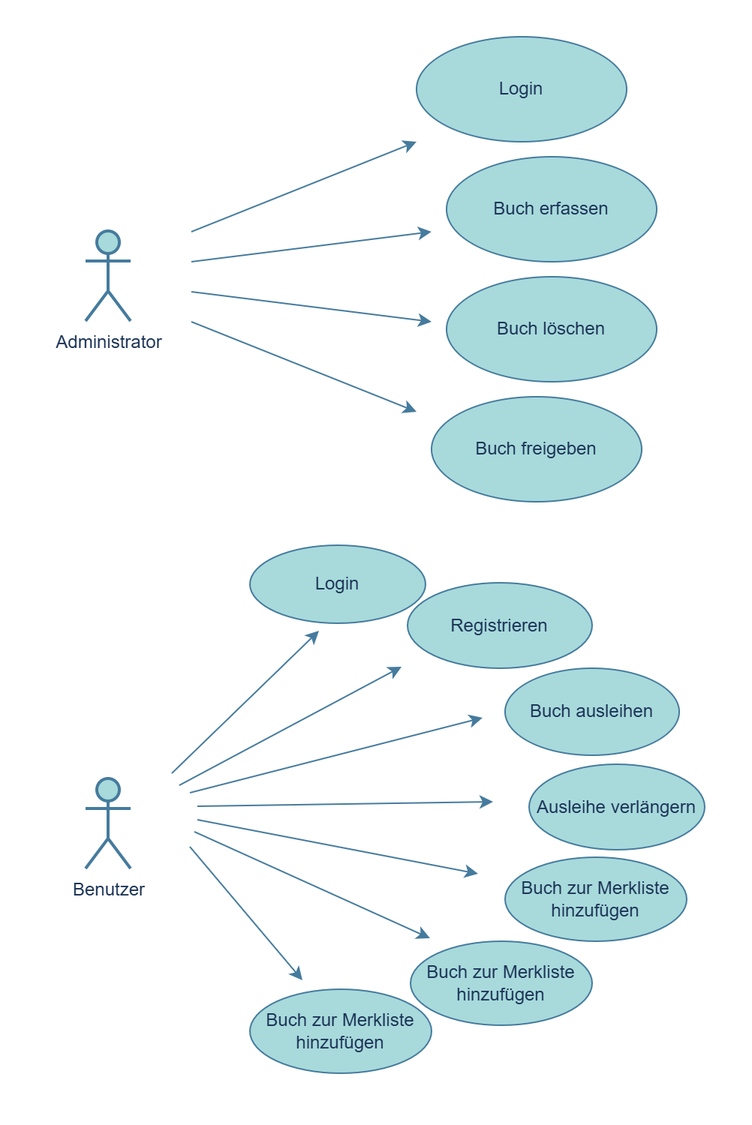
Senaa05/Objektorientiertes-Programmieren keeps this draw.io diagram as Diagramm/BibliothekUseCasesDiagramm.png. Above is the earlier version. Source tidied: cells renumbered, new cells last; positions are measured from the earlier drawing's top-left corner, leaving out a move shared by most shapes.
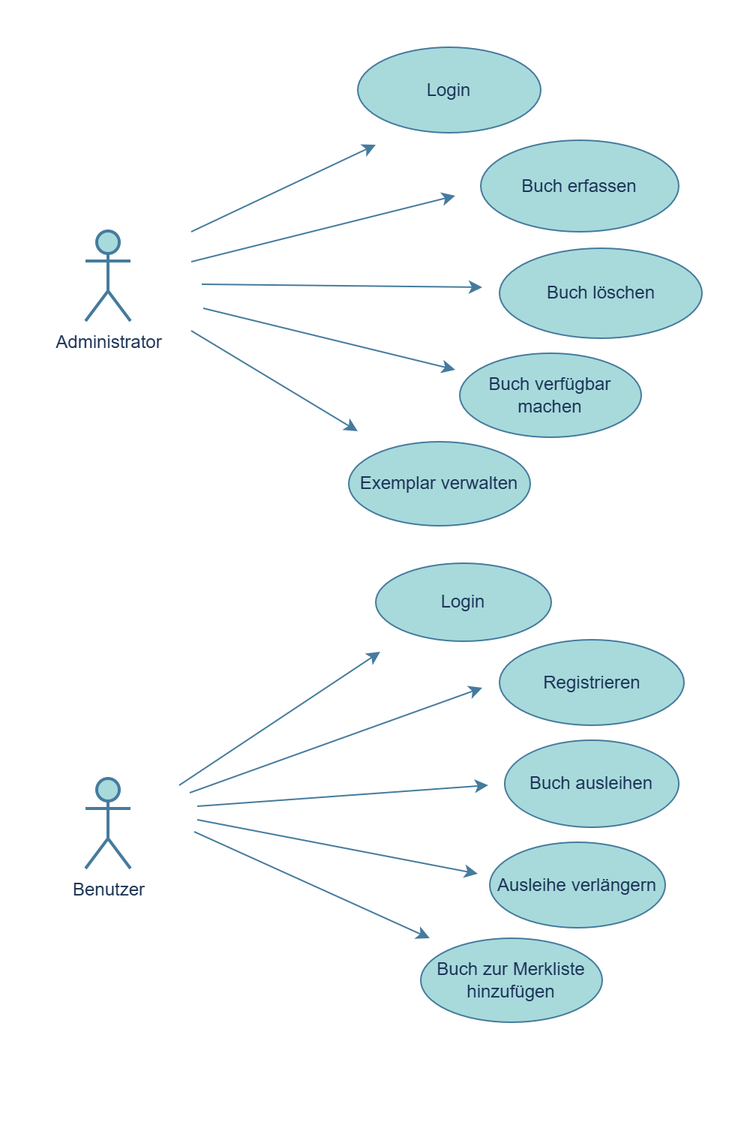
Later version of the same file.

Commit message:
Korrektur UserCaseDiagramm

The edit, as a diff of the source:
```diff
@@ -11,77 +11,68 @@
     <mxCell id="4" style="endArrow=classic;html=1;rounded=0;strokeColor=#457B9D;fontColor=#1D3557;fillColor=#A8DADC;" parent="1" edge="1">
       <mxGeometry relative="1" as="geometry">
         <mxPoint x="70" y="130" as="sourcePoint" />
-        <mxPoint x="220" y="70" as="targetPoint" />
+        <mxPoint x="193" y="72" as="targetPoint" />
       </mxGeometry>
     </mxCell>
     <mxCell id="5" value="Login" style="ellipse;whiteSpace=wrap;html=1;strokeColor=#457B9D;fontColor=#1D3557;fillColor=#A8DADC;" parent="1" vertex="1">
-      <mxGeometry x="220" width="140" height="70" as="geometry" />
+      <mxGeometry x="181" y="7" width="122" height="57" as="geometry" />
     </mxCell>
     <mxCell id="6" style="endArrow=classic;html=1;rounded=0;strokeColor=#457B9D;fontColor=#1D3557;fillColor=#A8DADC;" parent="1" edge="1">
       <mxGeometry relative="1" as="geometry">
         <mxPoint x="70" y="150" as="sourcePoint" />
-        <mxPoint x="230" y="130" as="targetPoint" />
+        <mxPoint x="246" y="106" as="targetPoint" />
       </mxGeometry>
     </mxCell>
     <mxCell id="7" value="Buch erfassen" style="ellipse;whiteSpace=wrap;html=1;strokeColor=#457B9D;fontColor=#1D3557;fillColor=#A8DADC;" parent="1" vertex="1">
-      <mxGeometry x="240" y="80" width="140" height="70" as="geometry" />
+      <mxGeometry x="263" y="69" width="132" height="61" as="geometry" />
     </mxCell>
     <mxCell id="8" style="endArrow=classic;html=1;rounded=0;strokeColor=#457B9D;fontColor=#1D3557;fillColor=#A8DADC;" parent="1" edge="1">
       <mxGeometry relative="1" as="geometry">
-        <mxPoint x="70" y="170" as="sourcePoint" />
-        <mxPoint x="230" y="190" as="targetPoint" />
+        <mxPoint x="77" y="165" as="sourcePoint" />
+        <mxPoint x="264" y="167" as="targetPoint" />
       </mxGeometry>
     </mxCell>
     <mxCell id="9" value="Buch löschen" style="ellipse;whiteSpace=wrap;html=1;strokeColor=#457B9D;fontColor=#1D3557;fillColor=#A8DADC;" parent="1" vertex="1">
-      <mxGeometry x="240" y="160" width="140" height="70" as="geometry" />
+      <mxGeometry x="275.5" y="141" width="135" height="60" as="geometry" />
     </mxCell>
     <mxCell id="10" style="endArrow=classic;html=1;rounded=0;strokeColor=#457B9D;fontColor=#1D3557;fillColor=#A8DADC;" parent="1" edge="1">
       <mxGeometry relative="1" as="geometry">
-        <mxPoint x="70" y="190" as="sourcePoint" />
-        <mxPoint x="220" y="250" as="targetPoint" />
+        <mxPoint x="78" y="181" as="sourcePoint" />
+        <mxPoint x="246" y="222" as="targetPoint" />
       </mxGeometry>
     </mxCell>
-    <mxCell id="11" value="Buch freigeben" style="ellipse;whiteSpace=wrap;html=1;strokeColor=#457B9D;fontColor=#1D3557;fillColor=#A8DADC;" parent="1" vertex="1">
-      <mxGeometry x="230" y="240" width="140" height="70" as="geometry" />
-    </mxCell>
-    <mxCell id="12" style="endArrow=classic;html=1;rounded=0;strokeColor=#457B9D;fontColor=#1D3557;fillColor=#A8DADC;" parent="1" edge="1">
-      <mxGeometry relative="1" as="geometry">
-        <mxPoint x="57" y="491" as="sourcePoint" />
-        <mxPoint x="155" y="396" as="targetPoint" />
-      </mxGeometry>
-    </mxCell>
     <mxCell id="13" value="Login" style="ellipse;whiteSpace=wrap;html=1;strokeColor=#457B9D;fontColor=#1D3557;fillColor=#A8DADC;" parent="1" vertex="1">
-      <mxGeometry x="109" y="339" width="117" height="52" as="geometry" />
+      <mxGeometry x="193" y="351" width="117" height="52" as="geometry" />
     </mxCell>
     <mxCell id="14" style="endArrow=classic;html=1;rounded=0;strokeColor=#457B9D;fontColor=#1D3557;fillColor=#A8DADC;" parent="1" edge="1">
       <mxGeometry relative="1" as="geometry">
         <mxPoint x="62" y="499" as="sourcePoint" />
-        <mxPoint x="210" y="420" as="targetPoint" />
+        <mxPoint x="196" y="410" as="targetPoint" />
       </mxGeometry>
     </mxCell>
     <mxCell id="15" value="Buch ausleihen" style="ellipse;whiteSpace=wrap;html=1;strokeColor=#457B9D;fontColor=#1D3557;fillColor=#A8DADC;" parent="1" vertex="1">
-      <mxGeometry x="279" y="421" width="116" height="58" as="geometry" />
+      <mxGeometry x="279" y="469" width="116" height="58" as="geometry" />
     </mxCell>
     <mxCell id="16" style="endArrow=classic;html=1;rounded=0;strokeColor=#457B9D;fontColor=#1D3557;fillColor=#A8DADC;" parent="1" edge="1">
       <mxGeometry relative="1" as="geometry">
         <mxPoint x="69" y="504" as="sourcePoint" />
-        <mxPoint x="264" y="454" as="targetPoint" />
+        <mxPoint x="264" y="434" as="targetPoint" />
       </mxGeometry>
     </mxCell>
     <mxCell id="17" value="Ausleihe verlängern" style="ellipse;whiteSpace=wrap;html=1;strokeColor=#457B9D;fontColor=#1D3557;fillColor=#A8DADC;" parent="1" vertex="1">
-      <mxGeometry x="295" y="485" width="117" height="57" as="geometry" />
+      <mxGeometry x="269" y="537" width="117" height="57" as="geometry" />
     </mxCell>
     <mxCell id="18" style="endArrow=classic;html=1;rounded=0;strokeColor=#457B9D;fontColor=#1D3557;fillColor=#A8DADC;" parent="1" edge="1">
       <mxGeometry relative="1" as="geometry">
         <mxPoint x="74" y="513" as="sourcePoint" />
-        <mxPoint x="271" y="510" as="targetPoint" />
+        <mxPoint x="268" y="499" as="targetPoint" />
       </mxGeometry>
     </mxCell>
     <mxCell id="19" value="Buch zur Merkliste hinzufügen" style="ellipse;whiteSpace=wrap;html=1;strokeColor=#457B9D;fontColor=#1D3557;fillColor=#A8DADC;" parent="1" vertex="1">
-      <mxGeometry x="279" y="547" width="121" height="56" as="geometry" />
+      <mxGeometry x="223" y="601" width="121" height="56" as="geometry" />
     </mxCell>
     <mxCell id="20" value="Registrieren" style="ellipse;whiteSpace=wrap;html=1;strokeColor=#457B9D;fontColor=#1D3557;fillColor=#A8DADC;" parent="1" vertex="1">
-      <mxGeometry x="214" y="364" width="123" height="57" as="geometry" />
+      <mxGeometry x="275.5" y="402" width="123" height="57" as="geometry" />
     </mxCell>
     <mxCell id="21" style="endArrow=classic;html=1;rounded=0;strokeColor=#457B9D;fontColor=#1D3557;fillColor=#A8DADC;" parent="1" edge="1">
       <mxGeometry relative="1" as="geometry">
@@ -89,11 +80,11 @@
         <mxPoint x="261" y="558" as="targetPoint" />
       </mxGeometry>
     </mxCell>
-    <mxCell id="22" value="Buch zur Merkliste hinzufügen" style="ellipse;whiteSpace=wrap;html=1;strokeColor=#457B9D;fontColor=#1D3557;fillColor=#A8DADC;" parent="1" vertex="1">
-      <mxGeometry x="109" y="635" width="121" height="56" as="geometry" />
+    <mxCell id="22" value="Buch verfügbar machen" style="ellipse;whiteSpace=wrap;html=1;strokeColor=#457B9D;fontColor=#1D3557;fillColor=#A8DADC;" parent="1" vertex="1">
+      <mxGeometry x="249" y="211" width="121" height="56" as="geometry" />
     </mxCell>
-    <mxCell id="23" value="Buch zur Merkliste hinzufügen" style="ellipse;whiteSpace=wrap;html=1;strokeColor=#457B9D;fontColor=#1D3557;fillColor=#A8DADC;" parent="1" vertex="1">
-      <mxGeometry x="216" y="603" width="121" height="56" as="geometry" />
+    <mxCell id="23" value="Exemplar verwalten" style="ellipse;whiteSpace=wrap;html=1;strokeColor=#457B9D;fontColor=#1D3557;fillColor=#A8DADC;" parent="1" vertex="1">
+      <mxGeometry x="175" y="270" width="121" height="56" as="geometry" />
     </mxCell>
     <mxCell id="24" style="endArrow=classic;html=1;rounded=0;strokeColor=#457B9D;fontColor=#1D3557;fillColor=#A8DADC;" parent="1" edge="1">
       <mxGeometry relative="1" as="geometry">
@@ -101,11 +92,11 @@
         <mxPoint x="229" y="601" as="targetPoint" />
       </mxGeometry>
     </mxCell>
-    <mxCell id="25" style="endArrow=classic;html=1;rounded=0;strokeColor=#457B9D;fontColor=#1D3557;fillColor=#A8DADC;" parent="1" edge="1">
-      <mxGeometry relative="1" as="geometry">
-        <mxPoint x="69" y="540" as="sourcePoint" />
-        <mxPoint x="144" y="629" as="targetPoint" />
-      </mxGeometry>
-    </mxCell>
+    <mxCell id="26" style="endArrow=classic;html=1;rounded=0;strokeColor=#457B9D;fontColor=#1D3557;fillColor=#A8DADC;" parent="1" edge="1">
+      <mxGeometry relative="1" as="geometry">
+        <mxPoint x="70" y="196" as="sourcePoint" />
+        <mxPoint x="181" y="263" as="targetPoint" />
+      </mxGeometry>
+    </mxCell>
   </root>
 </mxGraphModel>
```
